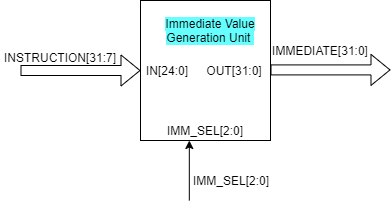
This is images/hardware_units/imm_gen/imm_gen.png from cepdnaclk/e16-co502-RV32IM-pipeline-implementation-group1, a draw.io export, as it was before one commit. Source tidied: cells renumbered, new cells last; positions are measured from the earlier drawing's top-left corner, leaving out a move shared by most shapes. The source it was exported from:
```xml
<mxGraphModel>
  <root>
    <mxCell id="0" />
    <mxCell id="1" parent="0" />
    <mxCell id="2" style="rounded=0;whiteSpace=wrap;html=1;align=center;" parent="1" vertex="1">
      <mxGeometry x="140" width="130" height="140" as="geometry" />
    </mxCell>
    <mxCell id="3" value="INSTRUCTION[31:7]" style="text;html=1;strokeColor=none;fillColor=none;align=center;verticalAlign=middle;whiteSpace=wrap;rounded=0;" parent="1" vertex="1">
      <mxGeometry y="47" width="120" height="20" as="geometry" />
    </mxCell>
    <mxCell id="4" value="IMMEDIATE[31:0]" style="text;html=1;strokeColor=none;fillColor=none;align=center;verticalAlign=middle;whiteSpace=wrap;rounded=0;" parent="1" vertex="1">
      <mxGeometry x="260" y="40" width="120" height="20" as="geometry" />
    </mxCell>
    <mxCell id="5" value="IMM_SEL[2:0]" style="text;html=1;strokeColor=none;fillColor=none;align=center;verticalAlign=middle;whiteSpace=wrap;rounded=0;" parent="1" vertex="1">
      <mxGeometry x="171" y="170" width="120" height="20" as="geometry" />
    </mxCell>
    <mxCell id="6" value="IN[24:0]" style="text;html=1;strokeColor=none;fillColor=none;align=center;verticalAlign=middle;whiteSpace=wrap;rounded=0;" parent="1" vertex="1">
      <mxGeometry x="147" y="60" width="40" height="20" as="geometry" />
    </mxCell>
    <mxCell id="7" value="OUT[31:0]" style="text;html=1;strokeColor=none;fillColor=none;align=center;verticalAlign=middle;whiteSpace=wrap;rounded=0;" parent="1" vertex="1">
      <mxGeometry x="206" y="60" width="56" height="20" as="geometry" />
    </mxCell>
    <mxCell id="8" value="&lt;span style=&quot;background-color: rgb(102 , 255 , 255)&quot;&gt;Immediate Value Generation Unit&amp;nbsp;&lt;/span&gt;" style="text;html=1;strokeColor=none;fillColor=none;align=center;verticalAlign=middle;whiteSpace=wrap;rounded=0;" parent="1" vertex="1">
      <mxGeometry x="160" y="10" width="100" height="40" as="geometry" />
    </mxCell>
    <mxCell id="9" value="IMM_SEL[2:0]" style="text;html=1;strokeColor=none;fillColor=none;align=center;verticalAlign=middle;whiteSpace=wrap;rounded=0;" parent="1" vertex="1">
      <mxGeometry x="165" y="120" width="80" height="20" as="geometry" />
    </mxCell>
    <mxCell id="10" style="shape=flexArrow;endArrow=classic;html=1;entryX=0;entryY=0.5;entryDx=0;entryDy=0;" parent="1" edge="1" target="2">
      <mxGeometry relative="1" as="geometry">
        <mxPoint x="20" y="70" as="sourcePoint" />
      </mxGeometry>
    </mxCell>
    <mxCell id="11" style="shape=flexArrow;endArrow=classic;html=1;entryX=0;entryY=0.5;entryDx=0;entryDy=0;" parent="1" edge="1">
      <mxGeometry relative="1" as="geometry">
        <mxPoint x="270" y="69.4" as="sourcePoint" />
        <mxPoint x="390" y="69.4" as="targetPoint" />
      </mxGeometry>
    </mxCell>
    <mxCell id="12" style="endArrow=classic;html=1;" parent="1" edge="1">
      <mxGeometry relative="1" as="geometry">
        <mxPoint x="188.8" y="200" as="sourcePoint" />
        <mxPoint x="188.8" y="140" as="targetPoint" />
      </mxGeometry>
    </mxCell>
  </root>
</mxGraphModel>
```
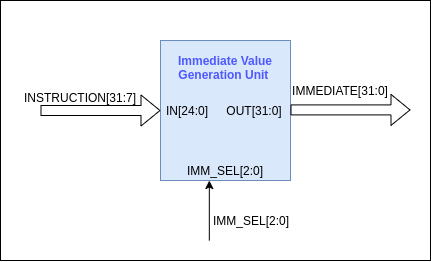
The same diagram one commit later.

Diff of the diagram source:
```diff
@@ -2,46 +2,52 @@
   <root>
     <mxCell id="0" />
     <mxCell id="1" parent="0" />
-    <mxCell id="2" style="rounded=0;whiteSpace=wrap;html=1;align=center;" parent="1" vertex="1">
-      <mxGeometry x="140" width="130" height="140" as="geometry" />
+    <mxCell id="2" style="group;" parent="1" vertex="1">
+      <mxGeometry x="140" width="430" height="260" as="geometry" />
     </mxCell>
-    <mxCell id="3" value="INSTRUCTION[31:7]" style="text;html=1;strokeColor=none;fillColor=none;align=center;verticalAlign=middle;whiteSpace=wrap;rounded=0;" parent="1" vertex="1">
-      <mxGeometry y="47" width="120" height="20" as="geometry" />
+    <mxCell id="3" style="rounded=0;whiteSpace=wrap;html=1;" parent="2" vertex="1">
+      <mxGeometry width="430" height="260" as="geometry" />
     </mxCell>
-    <mxCell id="4" value="IMMEDIATE[31:0]" style="text;html=1;strokeColor=none;fillColor=none;align=center;verticalAlign=middle;whiteSpace=wrap;rounded=0;" parent="1" vertex="1">
-      <mxGeometry x="260" y="40" width="120" height="20" as="geometry" />
+    <mxCell id="4" style="rounded=0;whiteSpace=wrap;html=1;align=center;fillColor=#dae8fc;strokeColor=#6c8ebf;" parent="2" vertex="1">
+      <mxGeometry x="160" y="40" width="130" height="140" as="geometry" />
     </mxCell>
-    <mxCell id="5" value="IMM_SEL[2:0]" style="text;html=1;strokeColor=none;fillColor=none;align=center;verticalAlign=middle;whiteSpace=wrap;rounded=0;" parent="1" vertex="1">
-      <mxGeometry x="171" y="170" width="120" height="20" as="geometry" />
+    <mxCell id="5" value="INSTRUCTION[31:7]" style="text;html=1;strokeColor=none;fillColor=none;align=center;verticalAlign=middle;whiteSpace=wrap;rounded=0;" parent="2" vertex="1">
+      <mxGeometry x="20" y="87" width="120" height="20" as="geometry" />
     </mxCell>
-    <mxCell id="6" value="IN[24:0]" style="text;html=1;strokeColor=none;fillColor=none;align=center;verticalAlign=middle;whiteSpace=wrap;rounded=0;" parent="1" vertex="1">
-      <mxGeometry x="147" y="60" width="40" height="20" as="geometry" />
+    <mxCell id="6" value="IMMEDIATE[31:0]" style="text;html=1;strokeColor=none;fillColor=none;align=center;verticalAlign=middle;whiteSpace=wrap;rounded=0;" parent="2" vertex="1">
+      <mxGeometry x="280" y="80" width="120" height="20" as="geometry" />
     </mxCell>
-    <mxCell id="7" value="OUT[31:0]" style="text;html=1;strokeColor=none;fillColor=none;align=center;verticalAlign=middle;whiteSpace=wrap;rounded=0;" parent="1" vertex="1">
-      <mxGeometry x="206" y="60" width="56" height="20" as="geometry" />
+    <mxCell id="7" value="IMM_SEL[2:0]" style="text;html=1;strokeColor=none;fillColor=none;align=center;verticalAlign=middle;whiteSpace=wrap;rounded=0;" parent="2" vertex="1">
+      <mxGeometry x="191" y="210" width="120" height="20" as="geometry" />
     </mxCell>
-    <mxCell id="8" value="&lt;span style=&quot;background-color: rgb(102 , 255 , 255)&quot;&gt;Immediate Value Generation Unit&amp;nbsp;&lt;/span&gt;" style="text;html=1;strokeColor=none;fillColor=none;align=center;verticalAlign=middle;whiteSpace=wrap;rounded=0;" parent="1" vertex="1">
-      <mxGeometry x="160" y="10" width="100" height="40" as="geometry" />
+    <mxCell id="8" value="IN[24:0]" style="text;html=1;strokeColor=none;fillColor=none;align=center;verticalAlign=middle;whiteSpace=wrap;rounded=0;" parent="2" vertex="1">
+      <mxGeometry x="167" y="100" width="40" height="20" as="geometry" />
     </mxCell>
-    <mxCell id="9" value="IMM_SEL[2:0]" style="text;html=1;strokeColor=none;fillColor=none;align=center;verticalAlign=middle;whiteSpace=wrap;rounded=0;" parent="1" vertex="1">
-      <mxGeometry x="165" y="120" width="80" height="20" as="geometry" />
+    <mxCell id="9" value="OUT[31:0]" style="text;html=1;strokeColor=none;fillColor=none;align=center;verticalAlign=middle;whiteSpace=wrap;rounded=0;" parent="2" vertex="1">
+      <mxGeometry x="226" y="100" width="56" height="20" as="geometry" />
     </mxCell>
-    <mxCell id="10" style="shape=flexArrow;endArrow=classic;html=1;entryX=0;entryY=0.5;entryDx=0;entryDy=0;" parent="1" edge="1" target="2">
-      <mxGeometry relative="1" as="geometry">
-        <mxPoint x="20" y="70" as="sourcePoint" />
-      </mxGeometry>
+    <mxCell id="10" value="&lt;font color=&quot;#4d58ff&quot;&gt;&lt;b&gt;Immediate Value Generation Unit&amp;nbsp;&lt;/b&gt;&lt;/font&gt;" style="text;html=1;strokeColor=none;fillColor=none;align=center;verticalAlign=middle;whiteSpace=wrap;rounded=0;" parent="2" vertex="1">
+      <mxGeometry x="175" y="47" width="100" height="40" as="geometry" />
     </mxCell>
-    <mxCell id="11" style="shape=flexArrow;endArrow=classic;html=1;entryX=0;entryY=0.5;entryDx=0;entryDy=0;" parent="1" edge="1">
-      <mxGeometry relative="1" as="geometry">
-        <mxPoint x="270" y="69.4" as="sourcePoint" />
-        <mxPoint x="390" y="69.4" as="targetPoint" />
-      </mxGeometry>
+    <mxCell id="11" value="IMM_SEL[2:0]" style="text;html=1;strokeColor=none;fillColor=none;align=center;verticalAlign=middle;whiteSpace=wrap;rounded=0;" parent="2" vertex="1">
+      <mxGeometry x="185" y="160" width="80" height="20" as="geometry" />
     </mxCell>
-    <mxCell id="12" style="endArrow=classic;html=1;" parent="1" edge="1">
+    <mxCell id="12" style="shape=flexArrow;endArrow=classic;html=1;entryX=0;entryY=0.5;entryDx=0;entryDy=0;" parent="2" edge="1" target="4">
       <mxGeometry relative="1" as="geometry">
-        <mxPoint x="188.8" y="200" as="sourcePoint" />
-        <mxPoint x="188.8" y="140" as="targetPoint" />
+        <mxPoint x="40" y="110" as="sourcePoint" />
       </mxGeometry>
     </mxCell>
+    <mxCell id="13" style="shape=flexArrow;endArrow=classic;html=1;entryX=0;entryY=0.5;entryDx=0;entryDy=0;" parent="2" edge="1">
+      <mxGeometry relative="1" as="geometry">
+        <mxPoint x="290" y="109.4" as="sourcePoint" />
+        <mxPoint x="410" y="109.4" as="targetPoint" />
+      </mxGeometry>
+    </mxCell>
+    <mxCell id="14" style="endArrow=classic;html=1;" parent="2" edge="1">
+      <mxGeometry relative="1" as="geometry">
+        <mxPoint x="208.8" y="240" as="sourcePoint" />
+        <mxPoint x="208.8" y="180" as="targetPoint" />
+      </mxGeometry>
+    </mxCell>
   </root>
 </mxGraphModel>
```
